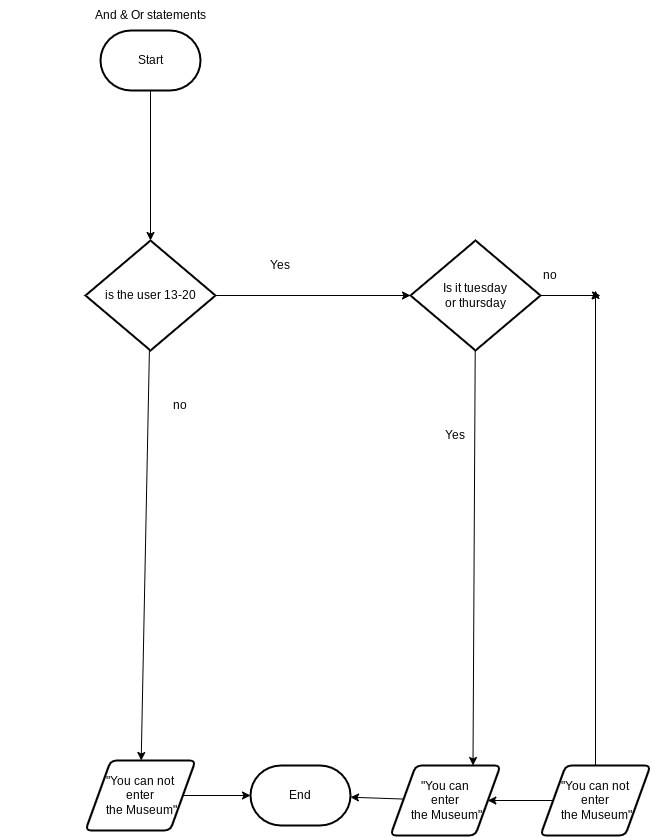
This is design/flow-chart.png from MikeyGloriani/ICS2O-Unit-5-04-JS, a draw.io export, as it was before one commit. Source tidied: cells renumbered, new cells last; positions are measured from the earlier drawing's top-left corner, leaving out a move shared by most shapes.
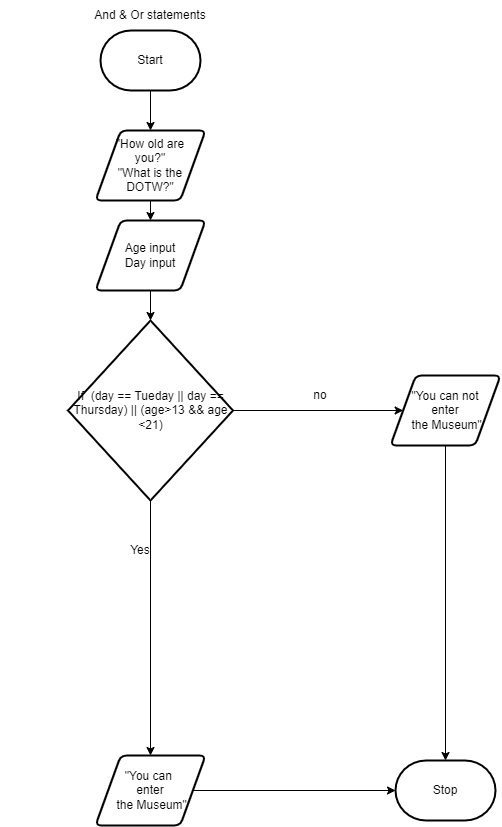
Above is the later version.

The edit, as a diff of the source:
```diff
@@ -2,72 +2,56 @@
   <root>
     <mxCell id="0" />
     <mxCell id="1" parent="0" />
+    <mxCell id="23" style="edgeStyle=none;html=1;entryX=0.5;entryY=0;entryDx=0;entryDy=0;" parent="1" edge="1" source="2" target="27">
+      <mxGeometry relative="1" as="geometry" />
+    </mxCell>
     <mxCell id="2" value="Start" style="strokeWidth=2;html=1;shape=mxgraph.flowchart.terminator;whiteSpace=wrap;" parent="1" vertex="1">
       <mxGeometry x="100" y="30" width="100" height="60" as="geometry" />
     </mxCell>
-    <mxCell id="3" value="End" style="strokeWidth=2;html=1;shape=mxgraph.flowchart.terminator;whiteSpace=wrap;" parent="1" vertex="1">
-      <mxGeometry x="250" y="765" width="100" height="60" as="geometry" />
+    <mxCell id="3" value="Stop" style="strokeWidth=2;html=1;shape=mxgraph.flowchart.terminator;whiteSpace=wrap;" parent="1" vertex="1">
+      <mxGeometry x="395" y="760" width="100" height="60" as="geometry" />
     </mxCell>
-    <mxCell id="4" style="edgeStyle=none;html=1;entryX=0.5;entryY=0;entryDx=0;entryDy=0;entryPerimeter=0;exitX=0.5;exitY=1;exitDx=0;exitDy=0;exitPerimeter=0;" parent="1" edge="1" source="2" target="7">
-      <mxGeometry relative="1" as="geometry" />
-    </mxCell>
-    <mxCell id="5" style="edgeStyle=none;html=1;entryX=0;entryY=0.5;entryDx=0;entryDy=0;entryPerimeter=0;" parent="1" edge="1" source="7" target="14">
-      <mxGeometry relative="1" as="geometry" />
-    </mxCell>
     <mxCell id="6" style="edgeStyle=none;html=1;" parent="1" edge="1" source="7" target="11">
       <mxGeometry relative="1" as="geometry" />
     </mxCell>
-    <mxCell id="7" value="is the user 13-20" style="strokeWidth=2;html=1;shape=mxgraph.flowchart.decision;whiteSpace=wrap;" parent="1" vertex="1">
-      <mxGeometry x="85" y="240" width="130" height="110" as="geometry" />
+    <mxCell id="7" value="If&amp;nbsp; (day == Tueday || day == Thursday) || (age&amp;gt;13 &amp;amp;&amp;amp; age &amp;lt;21)" style="strokeWidth=2;html=1;shape=mxgraph.flowchart.decision;whiteSpace=wrap;" parent="1" vertex="1">
+      <mxGeometry x="67.5" y="320" width="165" height="180" as="geometry" />
     </mxCell>
-    <mxCell id="8" style="edgeStyle=none;html=1;" parent="1" edge="1" source="9" target="3">
+    <mxCell id="8" style="edgeStyle=none;html=1;entryX=0.5;entryY=0;entryDx=0;entryDy=0;entryPerimeter=0;" parent="1" edge="1" source="9" target="3">
       <mxGeometry relative="1" as="geometry" />
     </mxCell>
-    <mxCell id="9" value="&quot;You can &lt;br&gt;enter&lt;br&gt;&amp;nbsp;the Museum&quot;" style="shape=parallelogram;html=1;strokeWidth=2;perimeter=parallelogramPerimeter;whiteSpace=wrap;rounded=1;arcSize=12;size=0.23;" parent="1" vertex="1">
-      <mxGeometry x="390" y="765" width="110" height="70" as="geometry" />
+    <mxCell id="9" value="&quot;You can not&lt;br&gt;enter&lt;br&gt;&amp;nbsp;the Museum&quot;" style="shape=parallelogram;html=1;strokeWidth=2;perimeter=parallelogramPerimeter;whiteSpace=wrap;rounded=1;arcSize=12;size=0.23;" parent="1" vertex="1">
+      <mxGeometry x="390" y="375" width="110" height="70" as="geometry" />
     </mxCell>
     <mxCell id="10" style="edgeStyle=none;html=1;" parent="1" edge="1" source="11" target="3">
       <mxGeometry relative="1" as="geometry" />
     </mxCell>
-    <mxCell id="11" value="&quot;You can not&lt;br&gt;enter&lt;br&gt;&amp;nbsp;the Museum&quot;" style="shape=parallelogram;html=1;strokeWidth=2;perimeter=parallelogramPerimeter;whiteSpace=wrap;rounded=1;arcSize=12;size=0.23;" parent="1" vertex="1">
-      <mxGeometry x="85" y="760" width="110" height="70" as="geometry" />
+    <mxCell id="11" value="&quot;You can&amp;nbsp;&lt;br&gt;enter&lt;br&gt;&amp;nbsp;the Museum&quot;" style="shape=parallelogram;html=1;strokeWidth=2;perimeter=parallelogramPerimeter;whiteSpace=wrap;rounded=1;arcSize=12;size=0.23;" parent="1" vertex="1">
+      <mxGeometry x="95" y="755" width="110" height="70" as="geometry" />
     </mxCell>
     <mxCell id="12" value="And &amp;amp; Or statements" style="text;html=1;strokeColor=none;fillColor=none;align=center;verticalAlign=middle;whiteSpace=wrap;rounded=0;" parent="1" vertex="1">
       <mxGeometry width="300" height="30" as="geometry" />
     </mxCell>
-    <mxCell id="13" style="edgeStyle=none;html=1;entryX=0.75;entryY=0;entryDx=0;entryDy=0;" parent="1" edge="1" source="14" target="9">
+    <mxCell id="13" style="edgeStyle=none;html=1;entryX=0;entryY=0.5;entryDx=0;entryDy=0;exitX=1;exitY=0.5;exitDx=0;exitDy=0;exitPerimeter=0;" parent="1" edge="1" source="7" target="9">
       <mxGeometry relative="1" as="geometry" />
     </mxCell>
-    <mxCell id="14" value="Is it tuesday &lt;br&gt;or thursday" style="strokeWidth=2;html=1;shape=mxgraph.flowchart.decision;whiteSpace=wrap;" parent="1" vertex="1">
-      <mxGeometry x="410" y="240" width="130" height="110" as="geometry" />
-    </mxCell>
-    <mxCell id="15" value="Yes" style="text;html=1;strokeColor=none;fillColor=none;align=center;verticalAlign=middle;whiteSpace=wrap;rounded=0;" parent="1" vertex="1">
-      <mxGeometry x="250" y="250" width="60" height="30" as="geometry" />
-    </mxCell>
     <mxCell id="16" value="Yes" style="text;html=1;strokeColor=none;fillColor=none;align=center;verticalAlign=middle;whiteSpace=wrap;rounded=0;" parent="1" vertex="1">
-      <mxGeometry x="425" y="420" width="60" height="30" as="geometry" />
+      <mxGeometry x="110" y="535" width="60" height="30" as="geometry" />
     </mxCell>
-    <mxCell id="17" style="edgeStyle=none;html=1;entryX=1;entryY=0.5;entryDx=0;entryDy=0;" parent="1" edge="1" source="19" target="9">
-      <mxGeometry relative="1" as="geometry" />
-    </mxCell>
-    <mxCell id="18" style="edgeStyle=none;html=1;" parent="1" edge="1" source="19">
-      <mxGeometry relative="1" as="geometry">
-        <mxPoint x="595" y="290" as="targetPoint" />
-      </mxGeometry>
-    </mxCell>
-    <mxCell id="19" value="&quot;You can not&lt;br&gt;enter&lt;br&gt;&amp;nbsp;the Museum&quot;" style="shape=parallelogram;html=1;strokeWidth=2;perimeter=parallelogramPerimeter;whiteSpace=wrap;rounded=1;arcSize=12;size=0.23;" parent="1" vertex="1">
-      <mxGeometry x="540" y="765" width="110" height="70" as="geometry" />
-    </mxCell>
-    <mxCell id="20" style="endArrow=classic;html=1;exitX=1;exitY=0.5;exitDx=0;exitDy=0;exitPerimeter=0;" parent="1" edge="1" source="14">
-      <mxGeometry relative="1" as="geometry">
-        <mxPoint x="600" y="295" as="targetPoint" />
-      </mxGeometry>
-    </mxCell>
     <mxCell id="21" value="no" style="text;html=1;strokeColor=none;fillColor=none;align=center;verticalAlign=middle;whiteSpace=wrap;rounded=0;" parent="1" vertex="1">
-      <mxGeometry x="150" y="390" width="60" height="30" as="geometry" />
+      <mxGeometry x="290" y="380" width="60" height="30" as="geometry" />
     </mxCell>
-    <mxCell id="22" value="no" style="text;html=1;strokeColor=none;fillColor=none;align=center;verticalAlign=middle;whiteSpace=wrap;rounded=0;" parent="1" vertex="1">
-      <mxGeometry x="520" y="260" width="60" height="30" as="geometry" />
-    </mxCell>
+    <mxCell id="24" style="edgeStyle=none;html=1;entryX=0.5;entryY=0;entryDx=0;entryDy=0;entryPerimeter=0;" parent="1" edge="1" source="25" target="7">
+      <mxGeometry relative="1" as="geometry" />
+    </mxCell>
+    <mxCell id="25" value="Age input&lt;br&gt;Day input" style="shape=parallelogram;html=1;strokeWidth=2;perimeter=parallelogramPerimeter;whiteSpace=wrap;rounded=1;arcSize=12;size=0.23;" parent="1" vertex="1">
+      <mxGeometry x="95" y="220" width="110" height="70" as="geometry" />
+    </mxCell>
+    <mxCell id="26" style="edgeStyle=none;html=1;exitX=0.5;exitY=1;exitDx=0;exitDy=0;entryX=0.5;entryY=0;entryDx=0;entryDy=0;" parent="1" edge="1" source="27" target="25">
+      <mxGeometry relative="1" as="geometry" />
+    </mxCell>
+    <mxCell id="27" value="&quot;How old are &lt;br&gt;you?&quot;&lt;br&gt;&quot;What is the DOTW?&quot;" style="shape=parallelogram;html=1;strokeWidth=2;perimeter=parallelogramPerimeter;whiteSpace=wrap;rounded=1;arcSize=12;size=0.23;" parent="1" vertex="1">
+      <mxGeometry x="95" y="130" width="110" height="70" as="geometry" />
+    </mxCell>
   </root>
 </mxGraphModel>
```
